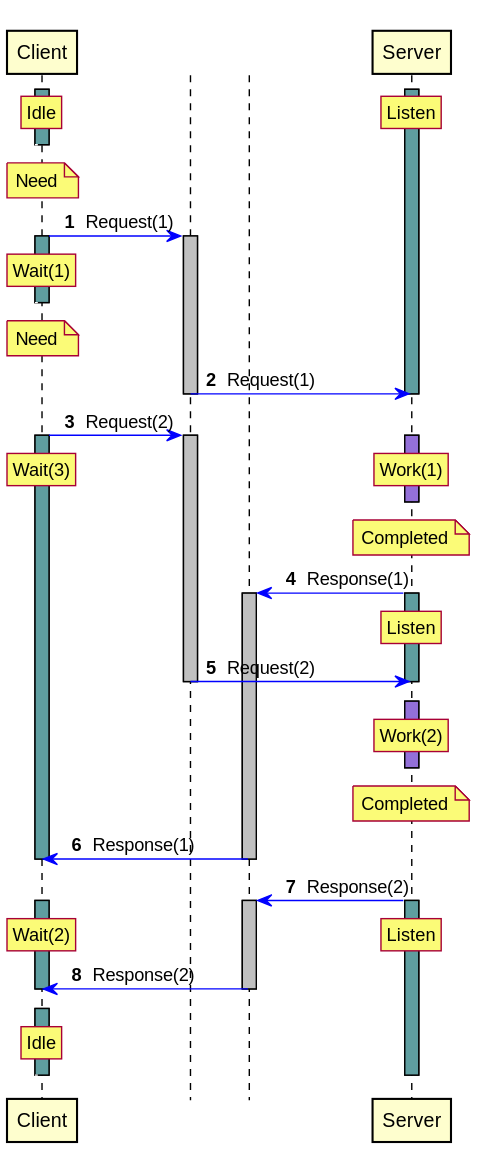
Earlier version of the PlantUML export tests/expected/test_ordered_client_server/sequence.svg (orenbenkiki/total-space).
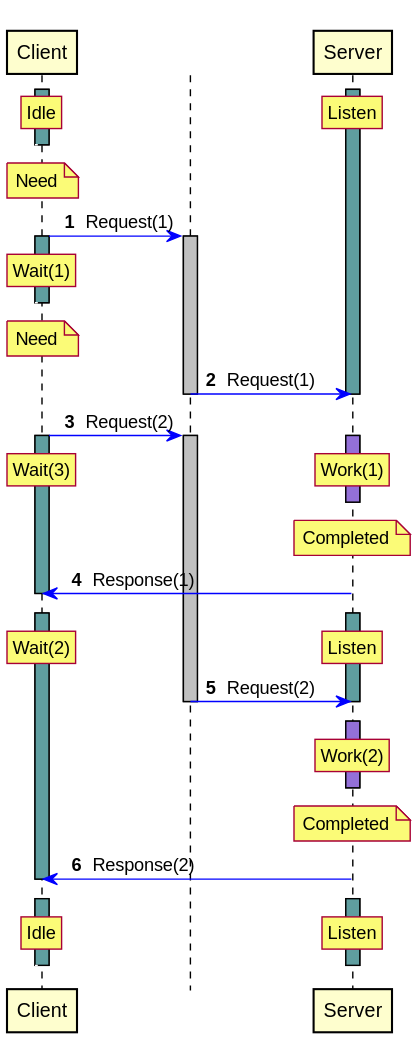
After the commit.

What changed in the source:
```diff
@@ -45,11 +45,15 @@
 autonumber resume
 deactivate A1
 note over A1 : Completed
-control " " as T1 order 10199
-A1 -[#Blue]> T1 : Response(1)
-activate T1 #Silver
+A1 -[#Blue]> A0 : Response(1)
+deactivate A0
+autonumber stop
+[<[#White]-- A0
+autonumber resume
 activate A1 #CadetBlue
+activate A0 #CadetBlue
 rnote over A1 : Listen
+/ rnote over A0 : Wait(2)
 T0 -[#Blue]> A1 : Request(2)
 deactivate T0
 deactivate A1
@@ -63,23 +67,15 @@
 autonumber resume
 deactivate A1
 note over A1 : Completed
-T1 -[#Blue]> A0 : Response(1)
-deactivate T1
-deactivate A0
-A1 -[#Blue]> T1 : Response(2)
-activate T1 #Silver
-activate A1 #CadetBlue
-activate A0 #CadetBlue
-rnote over A1 : Listen
-/ rnote over A0 : Wait(2)
-T1 -[#Blue]> A0 : Response(2)
-deactivate T1
+A1 -[#Blue]> A0 : Response(2)
 deactivate A0
 autonumber stop
 [<[#White]-- A0
 autonumber resume
+activate A1 #CadetBlue
 activate A0 #CadetBlue
-rnote over A0 : Idle
+rnote over A1 : Listen
+/ rnote over A0 : Idle
 autonumber stop
 [<[#White]-- A0
 autonumber resume
```
